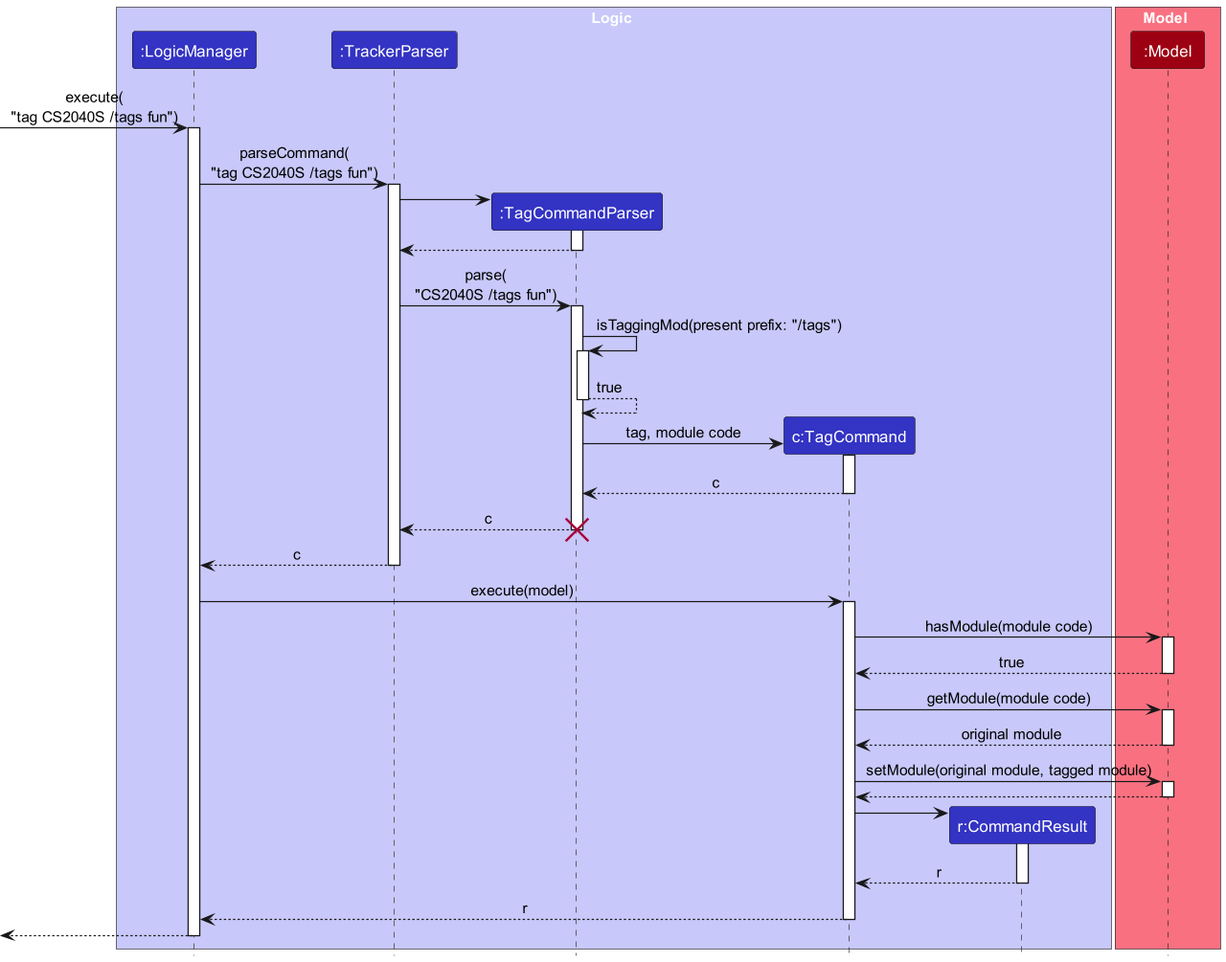
Above: docs/images/TagSequenceDiagram.png in nus-cs2103-AY2223S2/tp (PlantUML), before the change.
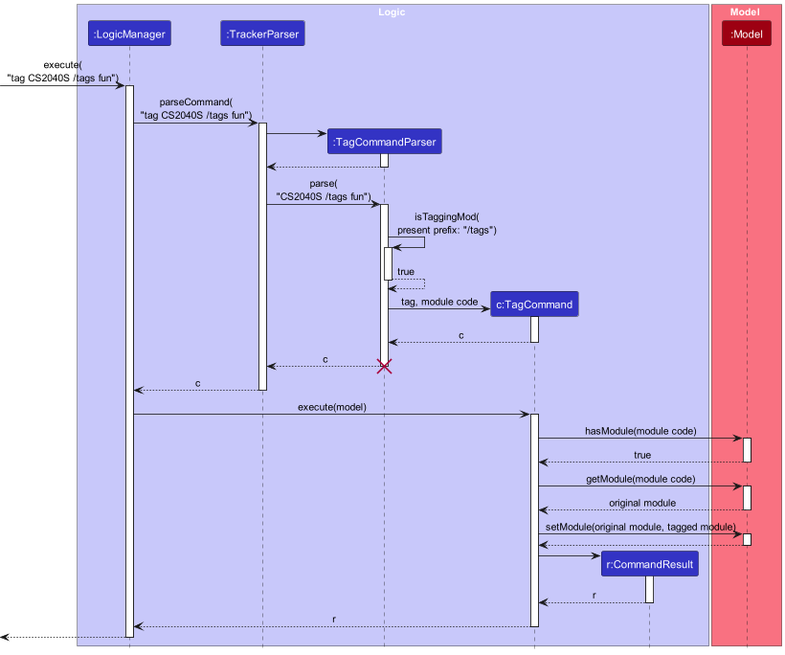
After the change.

Commit message:
Update corredt sequence diagram for import in DG

Change to the diagram source:
```diff
@@ -29,7 +29,7 @@
 TrackerParser -> TagCommandParser : parse(\n"CS2040S /tags fun")
 activate TagCommandParser
 
-TagCommandParser -> TagCommandParser : isTaggingMod(present prefix: "/tags")
+TagCommandParser -> TagCommandParser : isTaggingMod(\npresent prefix: "/tags")
 activate TagCommandParser
 
 TagCommandParser --> TagCommandParser : true
```
